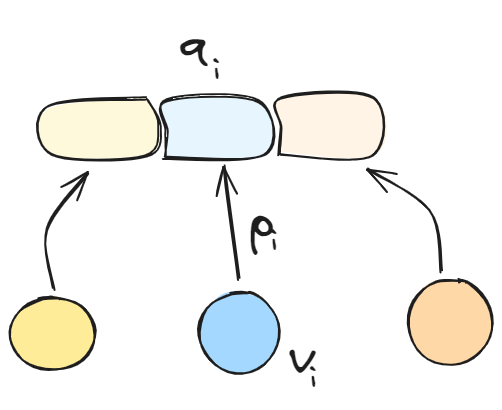
Before: diplom/assets/pedagogic/social/mech.excalidraw.png, a diagram exported from Excalidraw (NMashalov/EducationGenerativeModelApplication). Source tidied: one line per element, renumbered; positions are measured from the earlier drawing's top-left corner, leaving out a move shared by most shapes. Its diagram source:
```json
{"id": 0, "type": "ellipse", "strokeColor": "#1e1e1e", "backgroundColor": "#ffec99", "fillStyle": "solid", "strokeWidth": 2, "roughness": 1, "round": true, "x": 0, "y": 287, "width": 85, "height": 73}
{"id": 1, "type": "ellipse", "strokeColor": "#1e1e1e", "backgroundColor": "#a5d8ff", "fillStyle": "solid", "strokeWidth": 2, "roughness": 1, "round": true, "x": 189, "y": 282, "width": 80, "height": 82}
{"id": 2, "type": "ellipse", "strokeColor": "#1e1e1e", "backgroundColor": "#ffd8a8", "fillStyle": "solid", "strokeWidth": 2, "roughness": 1, "round": true, "x": 398, "y": 269, "width": 84, "height": 86}
{"id": 3, "type": "line", "strokeColor": "#1e1e1e", "backgroundColor": "#fff4e6", "fillStyle": "solid", "strokeWidth": 2, "roughness": 1, "round": true, "x": 270, "y": 144, "width": 94, "height": 58, "points": [[0, 0], [2, -26], [2, -57], [94, -57], [93, 2], [0, 0]]}
{"id": 4, "type": "line", "strokeColor": "#1e1e1e", "backgroundColor": "#e7f5ff", "fillStyle": "solid", "strokeWidth": 2, "roughness": 1, "round": true, "x": 154, "y": 148, "width": 101, "height": 57, "points": [[0, 0], [2, -26], [2, -57], [94, -56], [101, -2], [0, 0]]}
{"id": 5, "type": "line", "strokeColor": "#1e1e1e", "angle": 3.14, "backgroundColor": "#fff9db", "fillStyle": "solid", "strokeWidth": 2, "roughness": 1, "round": true, "x": 41, "y": 149, "width": 113, "height": 57, "points": [[0, 0], [-13, -27], [2, -57], [94, -56], [100, -9], [0, 0]]}
{"id": 6, "type": "arrow", "strokeColor": "#1e1e1e", "backgroundColor": "#fff4e6", "fillStyle": "solid", "strokeWidth": 2, "roughness": 1, "endArrowhead": "arrow", "round": true, "from": 2, "x": 432, "y": 261, "width": 74, "height": 102, "points": [[0, 0], [-11, -60], [-74, -102]]}
{"id": 7, "type": "arrow", "strokeColor": "#1e1e1e", "backgroundColor": "#fff4e6", "fillStyle": "solid", "strokeWidth": 2, "roughness": 1, "endArrowhead": "arrow", "round": true, "from": 1, "x": 229, "y": 269, "width": 14, "height": 113, "points": [[0, 0], [-14, -113]]}
{"id": 8, "type": "arrow", "strokeColor": "#1e1e1e", "backgroundColor": "#fff4e6", "fillStyle": "solid", "strokeWidth": 2, "roughness": 1, "endArrowhead": "arrow", "round": true, "from": 0, "x": 43, "y": 278, "width": 42, "height": 116, "points": [[0, 0], [-7, -58], [34, -116]]}
{"id": 9, "type": "text", "text": "v", "strokeColor": "#1e1e1e", "backgroundColor": "#fff4e6", "fillStyle": "solid", "strokeWidth": 2, "roughness": 1, "fontSize": 51.09, "fontFamily": 1, "x": 278, "y": 318, "width": 27, "height": 64}
{"id": 10, "type": "text", "text": "i", "strokeColor": "#1e1e1e", "backgroundColor": "#fff4e6", "fillStyle": "solid", "strokeWidth": 2, "roughness": 1, "fontSize": 35.02, "fontFamily": 1, "x": 300, "y": 347, "width": 8, "height": 44}
{"id": 11, "type": "text", "text": "q", "strokeColor": "#1e1e1e", "backgroundColor": "#fff4e6", "fillStyle": "solid", "strokeWidth": 2, "roughness": 1, "fontSize": 51.09, "fontFamily": 1, "x": 169, "y": 0, "width": 28, "height": 64}
{"id": 12, "type": "text", "text": "i", "strokeColor": "#1e1e1e", "backgroundColor": "#fff4e6", "fillStyle": "solid", "strokeWidth": 2, "roughness": 1, "fontSize": 35.02, "fontFamily": 1, "x": 203, "y": 39, "width": 8, "height": 44}
{"id": 13, "type": "text", "text": "p", "strokeColor": "#1e1e1e", "backgroundColor": "#fff4e6", "fillStyle": "solid", "strokeWidth": 2, "roughness": 1, "fontSize": 51.09, "fontFamily": 1, "x": 239, "y": 181, "width": 25, "height": 64}
{"id": 14, "type": "text", "text": "i", "strokeColor": "#1e1e1e", "backgroundColor": "#fff4e6", "fillStyle": "solid", "strokeWidth": 2, "roughness": 1, "fontSize": 35.02, "fontFamily": 1, "x": 260, "y": 210, "width": 8, "height": 44}
```
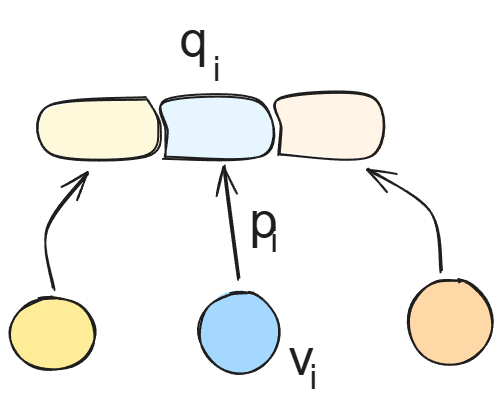
Above is the later version.

Diff of the diagram source:
```diff
@@ -7,9 +7,9 @@
 {"id": 6, "type": "arrow", "strokeColor": "#1e1e1e", "backgroundColor": "#fff4e6", "fillStyle": "solid", "strokeWidth": 2, "roughness": 1, "endArrowhead": "arrow", "round": true, "from": 2, "x": 432, "y": 261, "width": 74, "height": 102, "points": [[0, 0], [-11, -60], [-74, -102]]}
 {"id": 7, "type": "arrow", "strokeColor": "#1e1e1e", "backgroundColor": "#fff4e6", "fillStyle": "solid", "strokeWidth": 2, "roughness": 1, "endArrowhead": "arrow", "round": true, "from": 1, "x": 229, "y": 269, "width": 14, "height": 113, "points": [[0, 0], [-14, -113]]}
 {"id": 8, "type": "arrow", "strokeColor": "#1e1e1e", "backgroundColor": "#fff4e6", "fillStyle": "solid", "strokeWidth": 2, "roughness": 1, "endArrowhead": "arrow", "round": true, "from": 0, "x": 43, "y": 278, "width": 42, "height": 116, "points": [[0, 0], [-7, -58], [34, -116]]}
-{"id": 9, "type": "text", "text": "v", "strokeColor": "#1e1e1e", "backgroundColor": "#fff4e6", "fillStyle": "solid", "strokeWidth": 2, "roughness": 1, "fontSize": 51.09, "fontFamily": 1, "x": 278, "y": 318, "width": 27, "height": 64}
+{"id": 9, "type": "text", "text": "v", "strokeColor": "#1e1e1e", "backgroundColor": "#fff4e6", "fillStyle": "solid", "strokeWidth": 2, "roughness": 1, "fontSize": 51.09, "fontFamily": 2, "x": 278, "y": 318, "width": 26, "height": 59}
-{"id": 10, "type": "text", "text": "i", "strokeColor": "#1e1e1e", "backgroundColor": "#fff4e6", "fillStyle": "solid", "strokeWidth": 2, "roughness": 1, "fontSize": 35.02, "fontFamily": 1, "x": 300, "y": 347, "width": 8, "height": 44}
+{"id": 10, "type": "text", "text": "i", "strokeColor": "#1e1e1e", "backgroundColor": "#fff4e6", "fillStyle": "solid", "strokeWidth": 2, "roughness": 1, "fontSize": 35.02, "fontFamily": 2, "x": 300, "y": 347, "width": 8, "height": 40}
-{"id": 11, "type": "text", "text": "q", "strokeColor": "#1e1e1e", "backgroundColor": "#fff4e6", "fillStyle": "solid", "strokeWidth": 2, "roughness": 1, "fontSize": 51.09, "fontFamily": 1, "x": 169, "y": 0, "width": 28, "height": 64}
+{"id": 11, "type": "text", "text": "q", "strokeColor": "#1e1e1e", "backgroundColor": "#fff4e6", "fillStyle": "solid", "strokeWidth": 2, "roughness": 1, "fontSize": 51.09, "fontFamily": 2, "x": 169, "y": 0, "width": 28, "height": 59}
-{"id": 12, "type": "text", "text": "i", "strokeColor": "#1e1e1e", "backgroundColor": "#fff4e6", "fillStyle": "solid", "strokeWidth": 2, "roughness": 1, "fontSize": 35.02, "fontFamily": 1, "x": 203, "y": 39, "width": 8, "height": 44}
+{"id": 12, "type": "text", "text": "i", "strokeColor": "#1e1e1e", "backgroundColor": "#fff4e6", "fillStyle": "solid", "strokeWidth": 2, "roughness": 1, "fontSize": 35.02, "fontFamily": 2, "x": 203, "y": 39, "width": 8, "height": 40}
-{"id": 13, "type": "text", "text": "p", "strokeColor": "#1e1e1e", "backgroundColor": "#fff4e6", "fillStyle": "solid", "strokeWidth": 2, "roughness": 1, "fontSize": 51.09, "fontFamily": 1, "x": 239, "y": 181, "width": 25, "height": 64}
+{"id": 13, "type": "text", "text": "p", "strokeColor": "#1e1e1e", "backgroundColor": "#fff4e6", "fillStyle": "solid", "strokeWidth": 2, "roughness": 1, "fontSize": 51.09, "fontFamily": 2, "x": 239, "y": 181, "width": 28, "height": 59}
-{"id": 14, "type": "text", "text": "i", "strokeColor": "#1e1e1e", "backgroundColor": "#fff4e6", "fillStyle": "solid", "strokeWidth": 2, "roughness": 1, "fontSize": 35.02, "fontFamily": 1, "x": 260, "y": 210, "width": 8, "height": 44}
+{"id": 14, "type": "text", "text": "i", "strokeColor": "#1e1e1e", "backgroundColor": "#fff4e6", "fillStyle": "solid", "strokeWidth": 2, "roughness": 1, "fontSize": 35.02, "fontFamily": 2, "x": 260, "y": 210, "width": 8, "height": 40}
```
